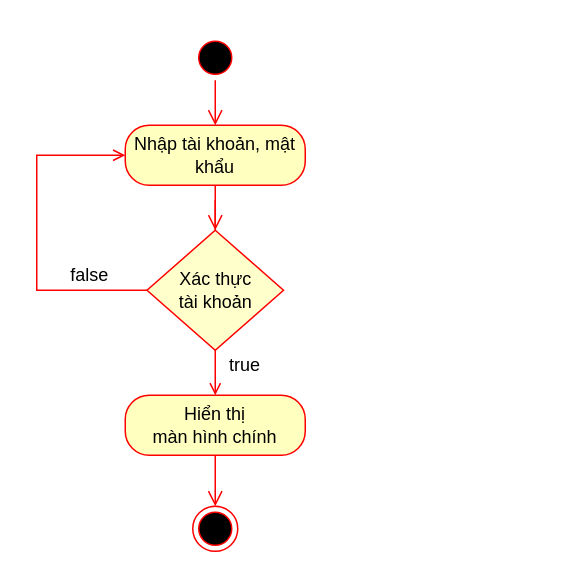
Above: page "Đăng nhập" (1 of 4) of PJ 2B Activity Diagram.drawio in LocalHost127000/OODA (draw.io), before the change. Source tidied: cells renumbered, new cells numbered last; positions are measured from the earlier drawing's top-left corner, leaving out a move shared by most shapes. Both pictures are drawn from the tidied source at 150%, with x=0, y=0 at pixel (36, 34).
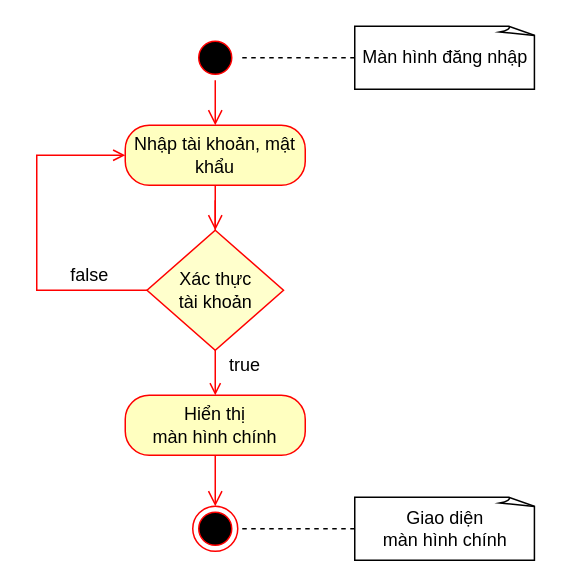
Above is the later version.

The change refers to these unchanged cells:
```xml
<mxCell id="2" style="ellipse;html=1;shape=startState;fillColor=#000000;strokeColor=#ff0000;" parent="1" vertex="1">
  <mxGeometry x="104" width="30" height="30" as="geometry" />
</mxCell>
<mxCell id="13" style="ellipse;html=1;shape=endState;fillColor=#000000;strokeColor=#ff0000;" parent="1" vertex="1">
  <mxGeometry x="104" y="314" width="30" height="30" as="geometry" />
</mxCell>
```

Diff of the diagram source:
```diff
@@
+    <mxCell id="14" style="edgeStyle=orthogonalEdgeStyle;rounded=0;jettySize=auto;html=1;endArrow=none;endFill=0;dashed=1;" parent="1" edge="1" source="15" target="2">
+      <mxGeometry relative="1" as="geometry" />
+    </mxCell>
+    <mxCell id="15" value="Màn hình đăng nhập" style="whiteSpace=wrap;html=1;shape=mxgraph.basic.document;perimeterSpacing=0;" parent="1" vertex="1">
+      <mxGeometry x="212" y="-6" width="121" height="42" as="geometry" />
+    </mxCell>
+    <mxCell id="16" style="edgeStyle=orthogonalEdgeStyle;rounded=0;jettySize=auto;html=1;dashed=1;endArrow=none;endFill=0;" parent="1" edge="1" source="17" target="13">
+      <mxGeometry relative="1" as="geometry" />
+    </mxCell>
+    <mxCell id="17" value="Giao diện&lt;br&gt;màn hình chính" style="whiteSpace=wrap;html=1;shape=mxgraph.basic.document;perimeterSpacing=0;" parent="1" vertex="1">
+      <mxGeometry x="212" y="308" width="121" height="42" as="geometry" />
+    </mxCell>
```
